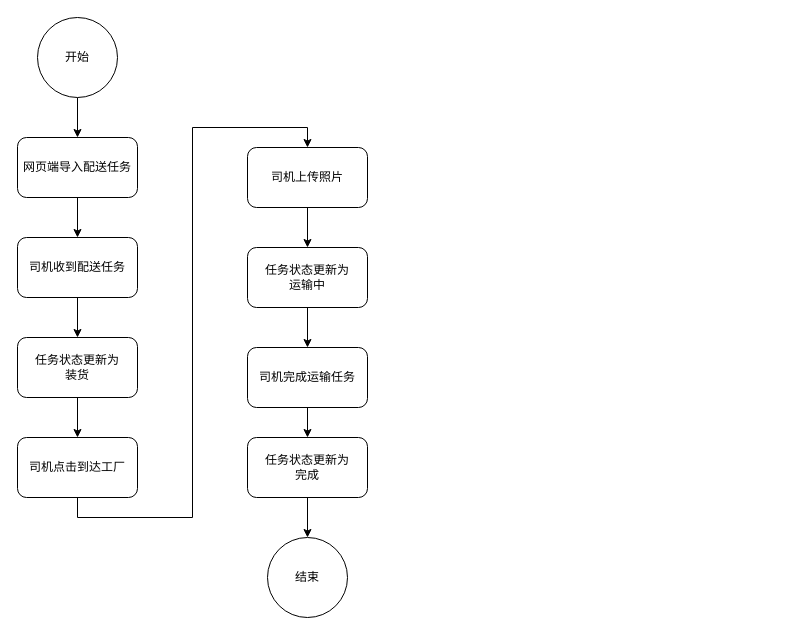
FrankKirin/PM_works keeps this draw.io diagram as 简言场景梳理-运输.drawio. Above is the earlier version. Source tidied: cells renumbered, new cells numbered last; positions are measured from the earlier drawing's top-left corner, leaving out a move shared by most shapes. Both pictures are drawn from the tidied source at 100%, with x=0, y=0 at pixel (17, 17).
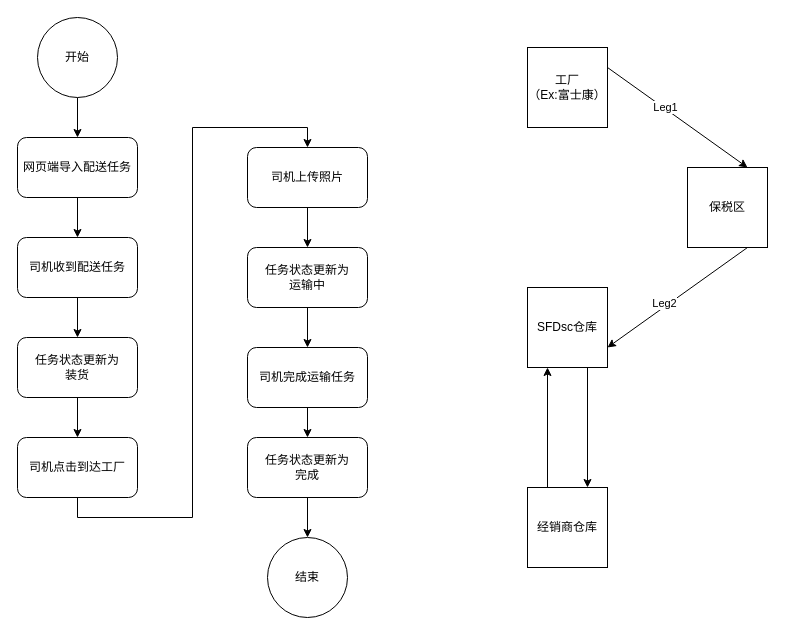
The same diagram, later.

Commit message:
Update 简言场景梳理-运输.drawio

Diff of the diagram source:
```diff
@@
+    <mxCell id="21" style="rounded=0;jettySize=auto;html=1;exitX=1;exitY=0.25;exitDx=0;exitDy=0;entryX=0.75;entryY=0;entryDx=0;entryDy=0;" parent="1" edge="1" source="23" target="26">
+      <mxGeometry relative="1" as="geometry" />
+    </mxCell>
+    <mxCell id="22" value="Leg1" style="edgeLabel;html=1;align=center;verticalAlign=middle;" parent="21" vertex="1">
+      <mxGeometry x="-0.19" y="1" relative="1" as="geometry" />
+    </mxCell>
+    <mxCell id="23" value="工厂&lt;br&gt;（Ex:富士康）" style="whiteSpace=wrap;html=1;" parent="1" vertex="1">
+      <mxGeometry x="510" y="30" width="80" height="80" as="geometry" />
+    </mxCell>
+    <mxCell id="24" style="rounded=0;jettySize=auto;html=1;exitX=0.75;exitY=1;exitDx=0;exitDy=0;entryX=1;entryY=0.75;entryDx=0;entryDy=0;" parent="1" edge="1" source="26" target="28">
+      <mxGeometry relative="1" as="geometry" />
+    </mxCell>
+    <mxCell id="25" value="Leg2" style="edgeLabel;html=1;align=center;verticalAlign=middle;" parent="24" vertex="1">
+      <mxGeometry x="0.16" y="-3" relative="1" as="geometry" />
+    </mxCell>
+    <mxCell id="26" value="保税区" style="whiteSpace=wrap;html=1;" parent="1" vertex="1">
+      <mxGeometry x="670" y="150" width="80" height="80" as="geometry" />
+    </mxCell>
+    <mxCell id="27" style="edgeStyle=none;rounded=0;jettySize=auto;html=1;exitX=0.75;exitY=1;exitDx=0;exitDy=0;entryX=0.75;entryY=0;entryDx=0;entryDy=0;" parent="1" edge="1" source="28" target="30">
+      <mxGeometry relative="1" as="geometry" />
+    </mxCell>
+    <mxCell id="28" value="SFDsc仓库" style="whiteSpace=wrap;html=1;" parent="1" vertex="1">
+      <mxGeometry x="510" y="270" width="80" height="80" as="geometry" />
+    </mxCell>
+    <mxCell id="29" style="edgeStyle=none;rounded=0;jettySize=auto;html=1;exitX=0.25;exitY=0;exitDx=0;exitDy=0;entryX=0.25;entryY=1;entryDx=0;entryDy=0;" parent="1" edge="1" source="30" target="28">
+      <mxGeometry relative="1" as="geometry" />
+    </mxCell>
+    <mxCell id="30" value="经销商仓库" style="whiteSpace=wrap;html=1;" parent="1" vertex="1">
+      <mxGeometry x="510" y="470" width="80" height="80" as="geometry" />
+    </mxCell>
```
